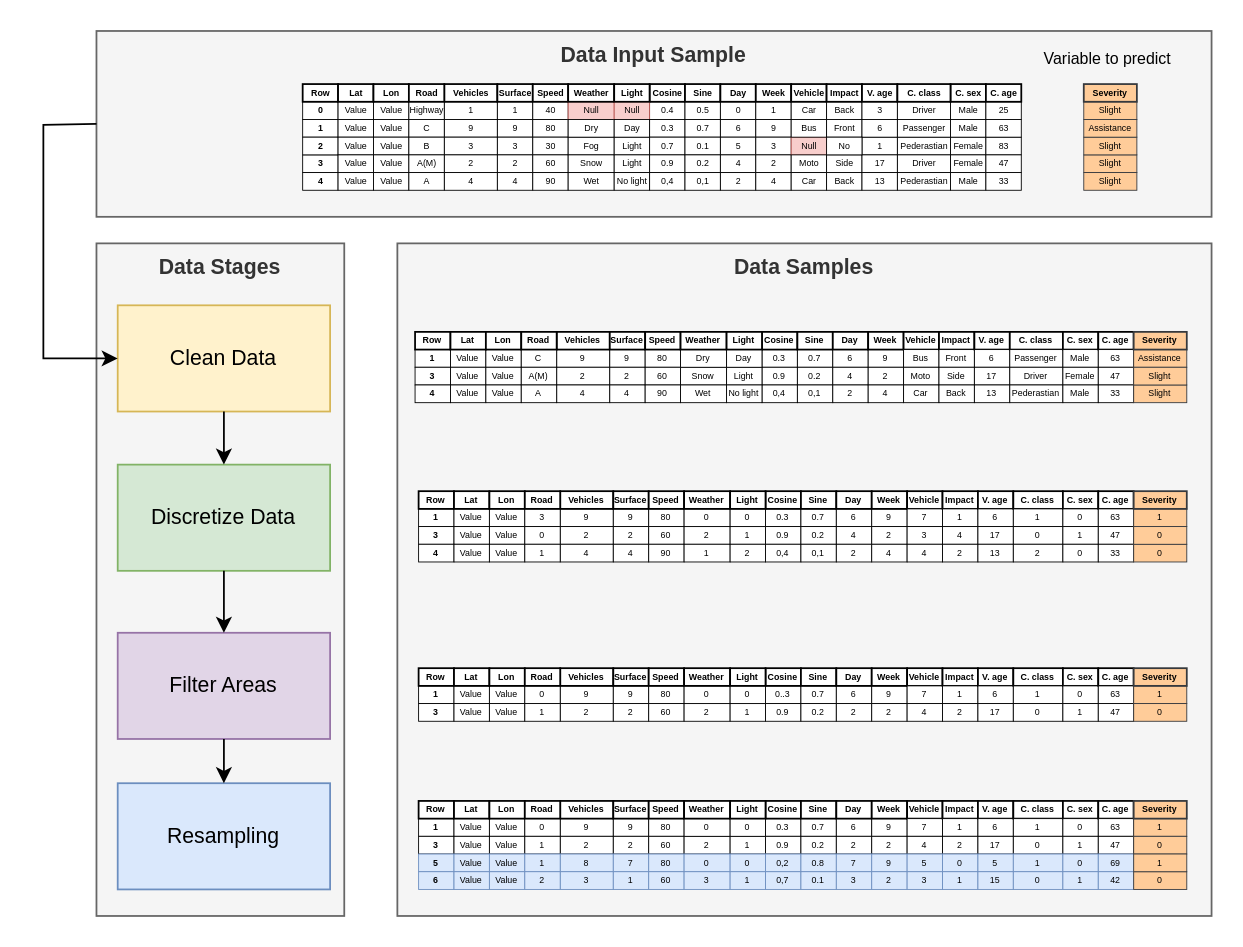
luperezsal/GTAAF-CNN keeps this draw.io diagram as diagrams/Paper III/Preprocessing.drawio. Above is the earlier version. Source tidied: cells renumbered, new cells numbered last; positions are measured from the earlier drawing's top-left corner, leaving out a move shared by most shapes. Both pictures are drawn from the tidied source at 177%, with x=0, y=0 at pixel (42, 30).
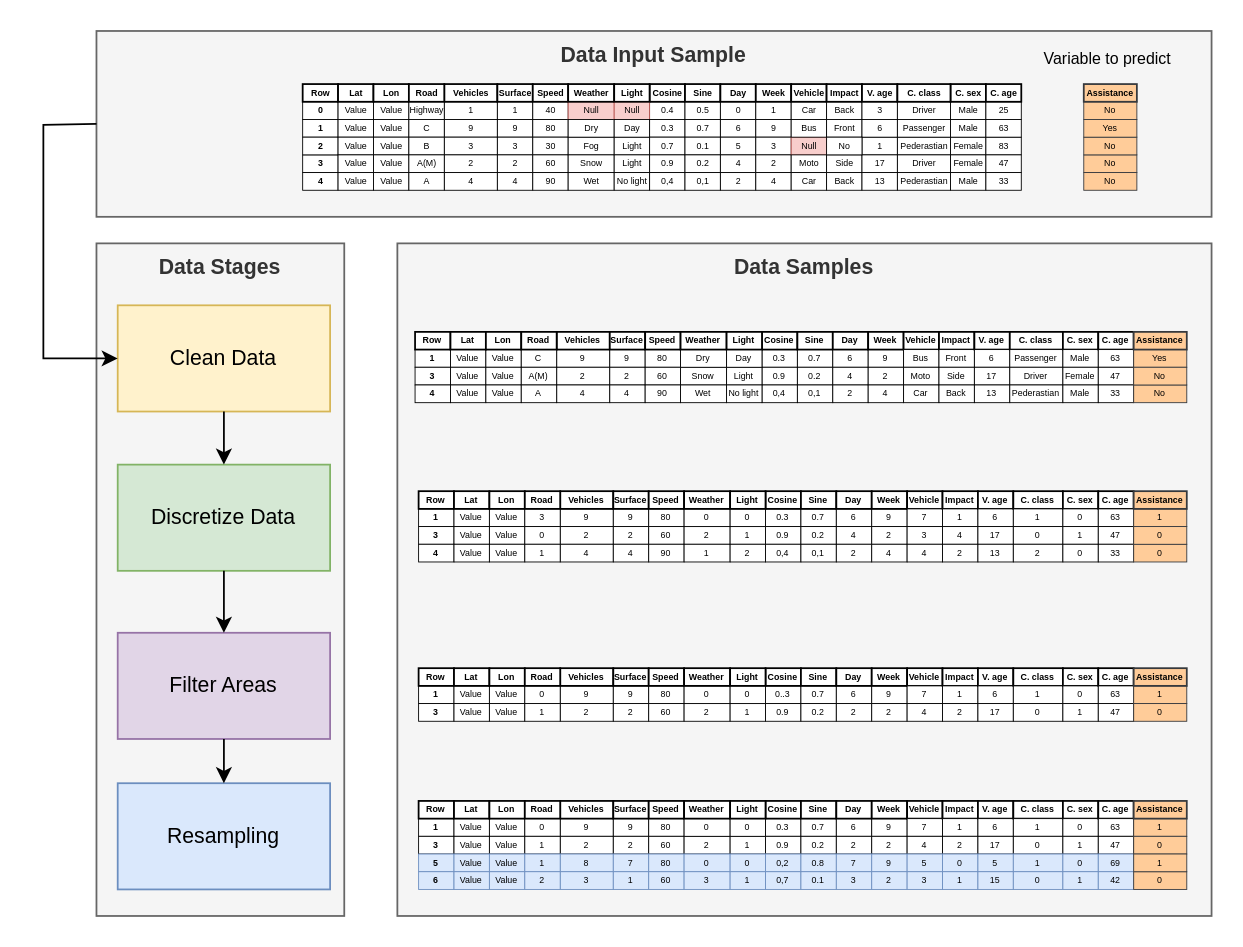
The same diagram, later.

Commit message (it also covers changes not shown here):
[REFACTOR] Change severity to Assistance column preproc diagram

What changed in the source:
```diff
@@
-    <mxCell id="431" value="Slight" style="rounded=0;whiteSpace=wrap;html=1;strokeWidth=0.5;align=center;verticalAlign=bottom;fontSize=5;fillColor=#ffcc99;strokeColor=#36393d;" parent="1" vertex="1">
+    <mxCell id="431" value="No" style="rounded=0;whiteSpace=wrap;html=1;strokeWidth=0.5;align=center;verticalAlign=bottom;fontSize=5;fillColor=#ffcc99;strokeColor=#36393d;" parent="1" vertex="1">
       <mxGeometry x="587.8" y="70" width="30" height="10" as="geometry" />
     </mxCell>
-    <mxCell id="432" value="Slight" style="rounded=0;whiteSpace=wrap;html=1;strokeWidth=0.5;align=center;verticalAlign=bottom;fontSize=5;fillColor=#ffcc99;strokeColor=#36393d;" parent="1" vertex="1">
+    <mxCell id="432" value="No" style="rounded=0;whiteSpace=wrap;html=1;strokeWidth=0.5;align=center;verticalAlign=bottom;fontSize=5;fillColor=#ffcc99;strokeColor=#36393d;" parent="1" vertex="1">
       <mxGeometry x="587.8" y="60" width="30" height="10" as="geometry" />
     </mxCell>
-    <mxCell id="433" value="&lt;font style=&quot;font-size: 5px;&quot;&gt;Slight&lt;/font&gt;" style="rounded=0;whiteSpace=wrap;html=1;strokeWidth=0.5;align=center;verticalAlign=bottom;fontSize=5;fillColor=#ffcc99;strokeColor=#36393d;" parent="1" vertex="1">
+    <mxCell id="433" value="&lt;font style=&quot;font-size: 5px;&quot;&gt;No&lt;/font&gt;" style="rounded=0;whiteSpace=wrap;html=1;strokeWidth=0.5;align=center;verticalAlign=bottom;fontSize=5;fillColor=#ffcc99;strokeColor=#36393d;" parent="1" vertex="1">
       <mxGeometry x="587.8" y="40" width="30" height="10" as="geometry" />
     </mxCell>
-    <mxCell id="434" value="&lt;font style=&quot;font-size: 5px;&quot;&gt;Assistance&lt;/font&gt;" style="rounded=0;whiteSpace=wrap;html=1;strokeWidth=0.5;align=center;verticalAlign=bottom;fontSize=5;fillColor=#ffcc99;strokeColor=#36393d;" parent="1" vertex="1">
+    <mxCell id="434" value="&lt;font style=&quot;font-size: 5px;&quot;&gt;Yes&lt;/font&gt;" style="rounded=0;whiteSpace=wrap;html=1;strokeWidth=0.5;align=center;verticalAlign=bottom;fontSize=5;fillColor=#ffcc99;strokeColor=#36393d;" parent="1" vertex="1">
       <mxGeometry x="587.8" y="50" width="30" height="10" as="geometry" />
     </mxCell>
-    <mxCell id="435" value="&lt;b&gt;Severity&lt;/b&gt;" style="rounded=0;whiteSpace=wrap;html=1;strokeWidth=1;align=center;verticalAlign=bottom;fontSize=5;fillColor=#ffcc99;strokeColor=#36393d;" parent="1" vertex="1">
+    <mxCell id="435" value="&lt;b&gt;Assistance&lt;/b&gt;" style="rounded=0;whiteSpace=wrap;html=1;strokeWidth=1;align=center;verticalAlign=bottom;fontSize=5;fillColor=#ffcc99;strokeColor=#36393d;" parent="1" vertex="1">
       <mxGeometry x="587.8" y="30" width="30" height="10" as="geometry" />
     </mxCell>
-    <mxCell id="436" value="Slight" style="rounded=0;whiteSpace=wrap;html=1;strokeWidth=0.5;align=center;verticalAlign=bottom;fontSize=5;fillColor=#ffcc99;strokeColor=#36393d;" parent="1" vertex="1">
+    <mxCell id="436" value="No" style="rounded=0;whiteSpace=wrap;html=1;strokeWidth=0.5;align=center;verticalAlign=bottom;fontSize=5;fillColor=#ffcc99;strokeColor=#36393d;" parent="1" vertex="1">
       <mxGeometry x="587.8" y="80" width="30" height="10" as="geometry" />
     </mxCell>
-    <mxCell id="437" value="Slight" style="rounded=0;whiteSpace=wrap;html=1;strokeWidth=0.5;align=center;verticalAlign=bottom;fontSize=5;fillColor=#ffcc99;strokeColor=#36393d;" parent="1" vertex="1">
+    <mxCell id="437" value="No" style="rounded=0;whiteSpace=wrap;html=1;strokeWidth=0.5;align=center;verticalAlign=bottom;fontSize=5;fillColor=#ffcc99;strokeColor=#36393d;" parent="1" vertex="1">
       <mxGeometry x="616" y="200" width="30" height="10" as="geometry" />
     </mxCell>
-    <mxCell id="438" value="Assistance" style="rounded=0;whiteSpace=wrap;html=1;strokeWidth=0.5;align=center;verticalAlign=bottom;fontSize=5;fillColor=#ffcc99;strokeColor=#36393d;" parent="1" vertex="1">
+    <mxCell id="438" value="Yes" style="rounded=0;whiteSpace=wrap;html=1;strokeWidth=0.5;align=center;verticalAlign=bottom;fontSize=5;fillColor=#ffcc99;strokeColor=#36393d;" parent="1" vertex="1">
       <mxGeometry x="616" y="180" width="30" height="10" as="geometry" />
     </mxCell>
-    <mxCell id="439" value="Slight" style="rounded=0;whiteSpace=wrap;html=1;strokeWidth=0.5;align=center;verticalAlign=bottom;fontSize=5;fillColor=#ffcc99;strokeColor=#36393d;" parent="1" vertex="1">
+    <mxCell id="439" value="No" style="rounded=0;whiteSpace=wrap;html=1;strokeWidth=0.5;align=center;verticalAlign=bottom;fontSize=5;fillColor=#ffcc99;strokeColor=#36393d;" parent="1" vertex="1">
       <mxGeometry x="616" y="190" width="30" height="10" as="geometry" />
     </mxCell>
-    <mxCell id="440" value="&lt;b&gt;Severity&lt;/b&gt;" style="rounded=0;whiteSpace=wrap;html=1;strokeWidth=1;align=center;verticalAlign=bottom;fontSize=5;fillColor=#ffcc99;strokeColor=#36393d;" parent="1" vertex="1">
+    <mxCell id="440" value="&lt;b style=&quot;border-color: var(--border-color);&quot;&gt;Assistance&lt;/b&gt;" style="rounded=0;whiteSpace=wrap;html=1;strokeWidth=1;align=center;verticalAlign=bottom;fontSize=5;fillColor=#ffcc99;strokeColor=#36393d;" parent="1" vertex="1">
       <mxGeometry x="616" y="170" width="30" height="10" as="geometry" />
     </mxCell>
@@
-    <mxCell id="444" value="&lt;b&gt;Severity&lt;/b&gt;" style="rounded=0;whiteSpace=wrap;html=1;strokeWidth=1;align=center;verticalAlign=bottom;fontSize=5;fillColor=#ffcc99;strokeColor=#36393d;" parent="1" vertex="1">
+    <mxCell id="444" value="&lt;b style=&quot;border-color: var(--border-color);&quot;&gt;Assistance&lt;/b&gt;" style="rounded=0;whiteSpace=wrap;html=1;strokeWidth=1;align=center;verticalAlign=bottom;fontSize=5;fillColor=#ffcc99;strokeColor=#36393d;" parent="1" vertex="1">
       <mxGeometry x="616" y="260" width="30" height="10" as="geometry" />
     </mxCell>
@@
-    <mxCell id="447" value="&lt;b&gt;Severity&lt;/b&gt;" style="rounded=0;whiteSpace=wrap;html=1;strokeWidth=1;align=center;verticalAlign=bottom;fontSize=5;fillColor=#ffcc99;strokeColor=#36393d;" parent="1" vertex="1">
+    <mxCell id="447" value="&lt;b style=&quot;border-color: var(--border-color);&quot;&gt;Assistance&lt;/b&gt;" style="rounded=0;whiteSpace=wrap;html=1;strokeWidth=1;align=center;verticalAlign=bottom;fontSize=5;fillColor=#ffcc99;strokeColor=#36393d;" parent="1" vertex="1">
       <mxGeometry x="616" y="360" width="30" height="10" as="geometry" />
     </mxCell>
@@
-    <mxCell id="450" value="&lt;b&gt;Severity&lt;/b&gt;" style="rounded=0;whiteSpace=wrap;html=1;strokeWidth=1;align=center;verticalAlign=bottom;fontSize=5;fillColor=#ffcc99;strokeColor=#36393d;" parent="1" vertex="1">
+    <mxCell id="450" value="&lt;b style=&quot;border-color: var(--border-color);&quot;&gt;Assistance&lt;/b&gt;" style="rounded=0;whiteSpace=wrap;html=1;strokeWidth=1;align=center;verticalAlign=bottom;fontSize=5;fillColor=#ffcc99;strokeColor=#36393d;" parent="1" vertex="1">
       <mxGeometry x="616" y="435" width="30" height="10" as="geometry" />
     </mxCell>
```
